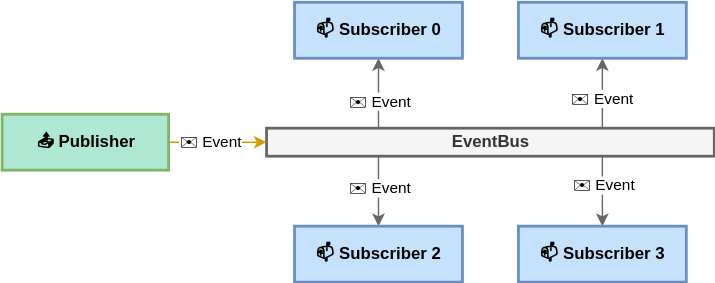
Earlier version of the draw.io export docs/README/structure.drawio.svg (an-dr/pubsub-bus). Source tidied: cells renumbered, new cells last; positions are measured from the earlier drawing's top-left corner, leaving out a move shared by most shapes. Source of this version:
```xml
<mxGraphModel background="#ffffff">
  <root>
    <mxCell id="0" />
    <mxCell id="1" parent="0" />
    <mxCell id="2" style="edgeStyle=orthogonalEdgeStyle;html=1;fillColor=#f5f5f5;strokeColor=#666666;" parent="1" edge="1" target="15">
      <mxGeometry relative="1" as="geometry">
        <mxPoint x="269" y="90" as="sourcePoint" />
        <Array as="points">
          <mxPoint x="269" y="80" />
          <mxPoint x="269" y="80" />
        </Array>
      </mxGeometry>
    </mxCell>
    <mxCell id="3" value="✉️ Event" style="edgeLabel;html=1;align=center;verticalAlign=middle;" parent="2" vertex="1">
      <mxGeometry x="-0.21" relative="1" as="geometry" />
    </mxCell>
    <mxCell id="4" style="edgeStyle=orthogonalEdgeStyle;html=1;fillColor=#f5f5f5;strokeColor=#666666;" parent="1" edge="1" target="16">
      <mxGeometry x="0.01" relative="1" as="geometry">
        <mxPoint x="429" y="90" as="sourcePoint" />
        <Array as="points">
          <mxPoint x="429" y="80" />
          <mxPoint x="429" y="80" />
        </Array>
      </mxGeometry>
    </mxCell>
    <mxCell id="5" value="✉️ Event" style="edgeLabel;html=1;align=center;verticalAlign=middle;" parent="4" vertex="1">
      <mxGeometry x="-0.11" y="1" relative="1" as="geometry" />
    </mxCell>
    <mxCell id="6" style="edgeStyle=orthogonalEdgeStyle;html=1;fillColor=#f5f5f5;strokeColor=#666666;" parent="1" edge="1" target="11">
      <mxGeometry relative="1" as="geometry">
        <mxPoint x="269" y="110" as="sourcePoint" />
        <Array as="points">
          <mxPoint x="269" y="150" />
          <mxPoint x="269" y="150" />
        </Array>
      </mxGeometry>
    </mxCell>
    <mxCell id="7" value="✉️ Event" style="edgeLabel;html=1;align=center;verticalAlign=middle;" parent="6" vertex="1">
      <mxGeometry x="-0.13" relative="1" as="geometry" />
    </mxCell>
    <mxCell id="8" style="edgeStyle=orthogonalEdgeStyle;html=1;fillColor=#f5f5f5;strokeColor=#666666;" parent="1" edge="1" target="14">
      <mxGeometry relative="1" as="geometry">
        <mxPoint x="429" y="110" as="sourcePoint" />
        <Array as="points">
          <mxPoint x="429" y="140" />
          <mxPoint x="429" y="140" />
        </Array>
      </mxGeometry>
    </mxCell>
    <mxCell id="9" value="✉️ Event" style="edgeLabel;html=1;align=center;verticalAlign=middle;" parent="8" vertex="1">
      <mxGeometry x="-0.18" y="-1" relative="1" as="geometry">
        <mxPoint x="1" as="offset" />
      </mxGeometry>
    </mxCell>
    <mxCell id="10" value="EventBus" style="html=1;fillColor=#f5f5f5;fontColor=#333333;strokeColor=#666666;glass=0;shadow=0;rounded=0;strokeWidth=2;fontStyle=1;" parent="1" vertex="1">
      <mxGeometry x="189" y="90" width="320" height="20" as="geometry" />
    </mxCell>
    <mxCell id="11" value="📫 Subscriber 2" style="html=1;arcSize=12;rounded=0;fillColor=#C5E2FC;strokeColor=#6c8ebf;strokeWidth=2;fontStyle=1;" parent="1" vertex="1">
      <mxGeometry x="209" y="160" width="120" height="40" as="geometry" />
    </mxCell>
    <mxCell id="12" value="✉️ Event" style="edgeStyle=none;html=1;entryX=0;entryY=0.5;entryDx=0;entryDy=0;fillColor=#ffe6cc;strokeColor=#d79b00;" parent="1" edge="1" source="13" target="10">
      <mxGeometry x="-0.14" relative="1" as="geometry" />
    </mxCell>
    <mxCell id="13" value="📤 Publisher" style="html=1;arcSize=12;rounded=0;fillColor=#AEE8D3;strokeColor=#82b366;strokeWidth=2;fontStyle=1;" parent="1" vertex="1">
      <mxGeometry y="80" width="119" height="40" as="geometry" />
    </mxCell>
    <mxCell id="14" value="📫 Subscriber 3" style="html=1;arcSize=12;rounded=0;fillColor=#C5E2FC;strokeColor=#6c8ebf;strokeWidth=2;fontStyle=1;" parent="1" vertex="1">
      <mxGeometry x="369" y="160" width="120" height="40" as="geometry" />
    </mxCell>
    <mxCell id="15" value="📫 Subscriber 0" style="html=1;arcSize=12;rounded=0;fillColor=#C5E2FC;strokeColor=#6c8ebf;strokeWidth=2;fontStyle=1;" parent="1" vertex="1">
      <mxGeometry x="209" width="120" height="40" as="geometry" />
    </mxCell>
    <mxCell id="16" value="📫 Subscriber 1" style="html=1;arcSize=12;rounded=0;fillColor=#C5E2FC;strokeColor=#6c8ebf;strokeWidth=2;fontStyle=1;" parent="1" vertex="1">
      <mxGeometry x="369" width="120" height="40" as="geometry" />
    </mxCell>
  </root>
</mxGraphModel>
```
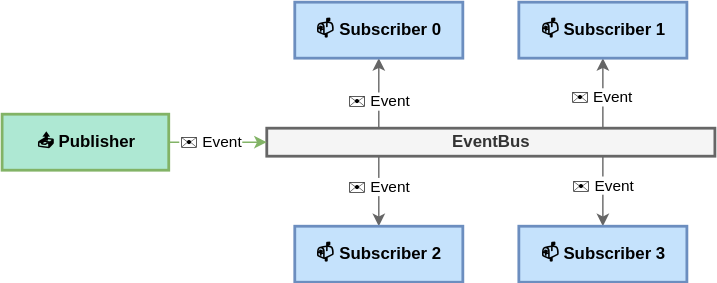
After the change.

What changed in the source:
```diff
@@ -58,7 +58,7 @@
     <mxCell id="11" value="📫 Subscriber 2" style="html=1;arcSize=12;rounded=0;fillColor=#C5E2FC;strokeColor=#6c8ebf;strokeWidth=2;fontStyle=1;" parent="1" vertex="1">
       <mxGeometry x="209" y="160" width="120" height="40" as="geometry" />
     </mxCell>
-    <mxCell id="12" value="✉️ Event" style="edgeStyle=none;html=1;entryX=0;entryY=0.5;entryDx=0;entryDy=0;fillColor=#ffe6cc;strokeColor=#d79b00;" parent="1" edge="1" source="13" target="10">
+    <mxCell id="12" value="✉️ Event" style="edgeStyle=none;html=1;entryX=0;entryY=0.5;entryDx=0;entryDy=0;fillColor=#d5e8d4;strokeColor=#82b366;" parent="1" edge="1" source="13" target="10">
       <mxGeometry x="-0.14" relative="1" as="geometry" />
     </mxCell>
     <mxCell id="13" value="📤 Publisher" style="html=1;arcSize=12;rounded=0;fillColor=#AEE8D3;strokeColor=#82b366;strokeWidth=2;fontStyle=1;" parent="1" vertex="1">
```
